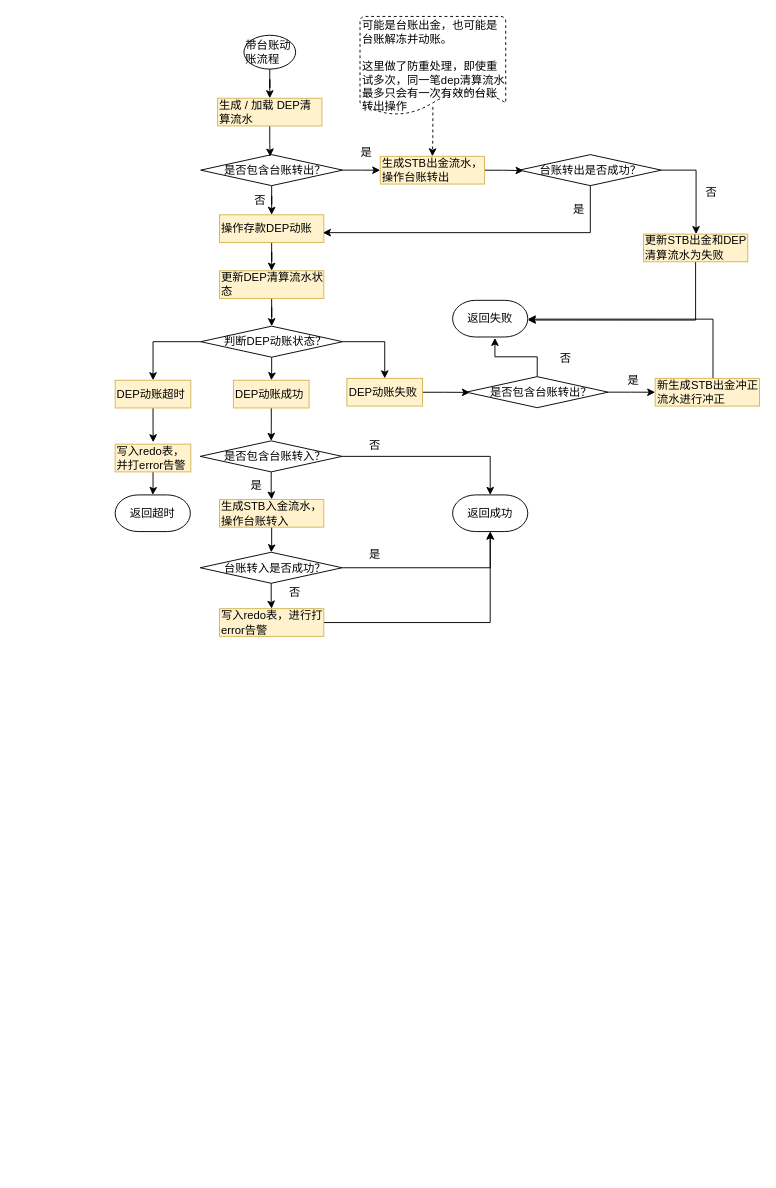
staconfree/design keeps this draw.io diagram as 新清算引擎台账处理流程.drawio. Above is the earlier version. Source tidied: cells renumbered, new cells numbered last; positions are measured from the earlier drawing's top-left corner, leaving out a move shared by most shapes. Both pictures are drawn from the tidied source at 94%, with x=0, y=0 at pixel (115, 16).
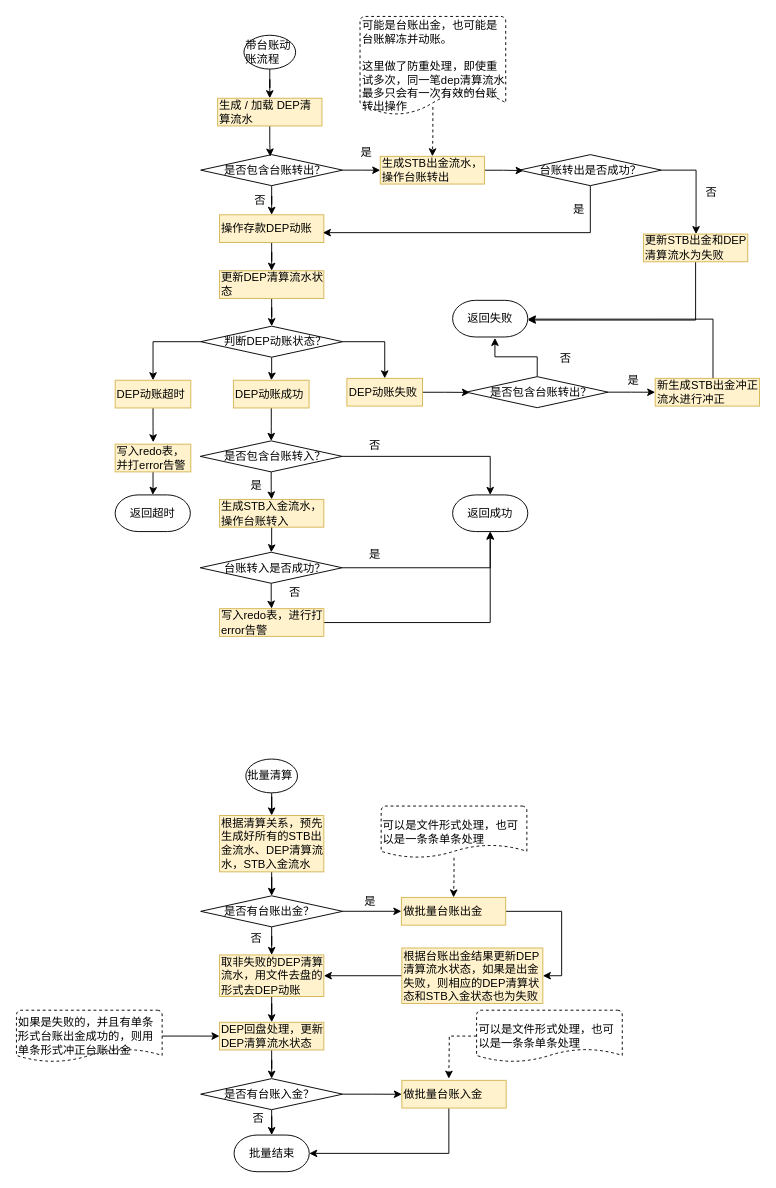
The same page after the edit.

Commit message (it also covers changes not shown here):
更新新清算引擎台账处理流程.drawio

Change to the diagram source:
```diff
@@
+    <mxCell id="62" style="edgeStyle=orthogonalEdgeStyle;rounded=0;jettySize=auto;html=1;entryX=0.5;entryY=0;entryDx=0;entryDy=0;" parent="1" edge="1" source="63" target="65">
+      <mxGeometry relative="1" as="geometry" />
+    </mxCell>
+    <mxCell id="63" value="批量清算" style="ellipse;whiteSpace=wrap;html=1;fillColor=#ffffff;fontColor=#000000;align=left;" parent="1" vertex="1">
+      <mxGeometry x="139" y="790" width="55" height="36" as="geometry" />
+    </mxCell>
+    <mxCell id="64" style="edgeStyle=orthogonalEdgeStyle;rounded=0;jettySize=auto;html=1;entryX=0.5;entryY=0;entryDx=0;entryDy=0;" parent="1" edge="1" source="65" target="70">
+      <mxGeometry relative="1" as="geometry" />
+    </mxCell>
+    <mxCell id="65" value="根据清算关系，预先生成好所有的STB出金流水、DEP清算流水，STB入金流水" style="rounded=0;whiteSpace=wrap;html=1;fillColor=#fff2cc;align=left;strokeColor=#d6b656;" parent="1" vertex="1">
+      <mxGeometry x="111" y="850" width="111" height="60" as="geometry" />
+    </mxCell>
+    <mxCell id="66" style="edgeStyle=orthogonalEdgeStyle;rounded=0;jettySize=auto;html=1;entryX=1;entryY=0.5;entryDx=0;entryDy=0;" parent="1" edge="1" source="67" target="78">
+      <mxGeometry relative="1" as="geometry">
+        <Array as="points">
+          <mxPoint x="475" y="952" />
+          <mxPoint x="475" y="1021" />
+        </Array>
+      </mxGeometry>
+    </mxCell>
+    <mxCell id="67" value="做批量台账出金" style="rounded=0;whiteSpace=wrap;html=1;fillColor=#fff2cc;align=left;strokeColor=#d6b656;" parent="1" vertex="1">
+      <mxGeometry x="304.5" y="937.2" width="111" height="29.5" as="geometry" />
+    </mxCell>
+    <mxCell id="68" style="edgeStyle=orthogonalEdgeStyle;rounded=0;jettySize=auto;html=1;entryX=0;entryY=0.5;entryDx=0;entryDy=0;" parent="1" edge="1" source="70" target="67">
+      <mxGeometry relative="1" as="geometry" />
+    </mxCell>
+    <mxCell id="69" style="edgeStyle=orthogonalEdgeStyle;rounded=0;jettySize=auto;html=1;" parent="1" edge="1" source="70" target="72">
+      <mxGeometry relative="1" as="geometry" />
+    </mxCell>
+    <mxCell id="70" value="&amp;nbsp;&amp;nbsp;&amp;nbsp;&amp;nbsp;&amp;nbsp;&amp;nbsp; 是否有台账出金？" style="rhombus;whiteSpace=wrap;html=1;fillColor=#ffffff;fontColor=#000000;align=left;" parent="1" vertex="1">
+      <mxGeometry x="91" y="935.5" width="151" height="33" as="geometry" />
+    </mxCell>
+    <mxCell id="71" style="edgeStyle=orthogonalEdgeStyle;rounded=0;jettySize=auto;html=1;entryX=0.5;entryY=0;entryDx=0;entryDy=0;" parent="1" edge="1" source="72" target="80">
+      <mxGeometry relative="1" as="geometry" />
+    </mxCell>
+    <mxCell id="72" value="取非失败的DEP清算流水，用文件去盘的形式去DEP动账" style="rounded=0;whiteSpace=wrap;html=1;fillColor=#fff2cc;align=left;strokeColor=#d6b656;" parent="1" vertex="1">
+      <mxGeometry x="111" y="998.4" width="111" height="44.2" as="geometry" />
+    </mxCell>
+    <mxCell id="73" value="是" style="text;html=1;align=center;verticalAlign=middle;" parent="1" vertex="1">
+      <mxGeometry x="256" y="932" width="30" height="20" as="geometry" />
+    </mxCell>
+    <mxCell id="74" value="否" style="text;html=1;align=center;verticalAlign=middle;" parent="1" vertex="1">
+      <mxGeometry x="135" y="971" width="30" height="20" as="geometry" />
+    </mxCell>
+    <mxCell id="75" style="edgeStyle=orthogonalEdgeStyle;rounded=0;jettySize=auto;html=1;entryX=0.5;entryY=0;entryDx=0;entryDy=0;dashed=1;" parent="1" edge="1" source="76" target="67">
+      <mxGeometry relative="1" as="geometry" />
+    </mxCell>
+    <mxCell id="76" value="可以是文件形式处理，也可以是一条条单条处理" style="strokeWidth=1;html=1;shape=mxgraph.flowchart.document2;whiteSpace=wrap;size=0.25;dashed=1;align=left;" parent="1" vertex="1">
+      <mxGeometry x="283" y="840" width="155" height="55" as="geometry" />
+    </mxCell>
+    <mxCell id="77" style="edgeStyle=orthogonalEdgeStyle;rounded=0;jettySize=auto;html=1;entryX=1;entryY=0.5;entryDx=0;entryDy=0;" parent="1" edge="1" source="78" target="72">
+      <mxGeometry relative="1" as="geometry" />
+    </mxCell>
+    <mxCell id="78" value="根据台账出金结果更新DEP清算流水状态，如果是出金失败，则相应的DEP清算状态和STB入金状态也为失败" style="rounded=0;whiteSpace=wrap;html=1;fillColor=#fff2cc;align=left;strokeColor=#d6b656;" parent="1" vertex="1">
+      <mxGeometry x="305" y="991" width="150" height="59" as="geometry" />
+    </mxCell>
+    <mxCell id="79" style="edgeStyle=orthogonalEdgeStyle;rounded=0;jettySize=auto;html=1;entryX=0.5;entryY=0;entryDx=0;entryDy=0;" parent="1" edge="1" source="80" target="85">
+      <mxGeometry relative="1" as="geometry" />
+    </mxCell>
+    <mxCell id="80" value="DEP回盘处理，更新DEP清算流水状态" style="rounded=0;whiteSpace=wrap;html=1;fillColor=#fff2cc;align=left;strokeColor=#d6b656;" parent="1" vertex="1">
+      <mxGeometry x="111" y="1070" width="111" height="29.5" as="geometry" />
+    </mxCell>
+    <mxCell id="81" style="edgeStyle=orthogonalEdgeStyle;rounded=0;jettySize=auto;html=1;entryX=0;entryY=0.5;entryDx=0;entryDy=0;" parent="1" edge="1" source="82" target="80">
+      <mxGeometry relative="1" as="geometry" />
+    </mxCell>
+    <mxCell id="82" value="如果是失败的，并且有单条形式台账出金成功的，则用单条形式冲正台账出金" style="strokeWidth=1;html=1;shape=mxgraph.flowchart.document2;whiteSpace=wrap;size=0.25;dashed=1;align=left;" parent="1" vertex="1">
+      <mxGeometry x="-105" y="1057.2" width="155" height="55" as="geometry" />
+    </mxCell>
+    <mxCell id="83" style="edgeStyle=orthogonalEdgeStyle;rounded=0;jettySize=auto;html=1;" parent="1" edge="1" source="85" target="86">
+      <mxGeometry relative="1" as="geometry" />
+    </mxCell>
+    <mxCell id="84" style="edgeStyle=orthogonalEdgeStyle;rounded=0;jettySize=auto;html=1;" parent="1" edge="1" source="85" target="89">
+      <mxGeometry relative="1" as="geometry" />
+    </mxCell>
+    <mxCell id="85" value="&amp;nbsp;&amp;nbsp;&amp;nbsp;&amp;nbsp;&amp;nbsp;&amp;nbsp; 是否有台账入金？" style="rhombus;whiteSpace=wrap;html=1;fillColor=#ffffff;fontColor=#000000;align=left;" parent="1" vertex="1">
+      <mxGeometry x="91" y="1130" width="151" height="33" as="geometry" />
+    </mxCell>
+    <mxCell id="86" value="批量结束" style="strokeWidth=1;html=1;shape=mxgraph.flowchart.terminator;whiteSpace=wrap;" parent="1" vertex="1">
+      <mxGeometry x="126.5" y="1190" width="80" height="39" as="geometry" />
+    </mxCell>
+    <mxCell id="87" value="否" style="text;html=1;align=center;verticalAlign=middle;" parent="1" vertex="1">
+      <mxGeometry x="137" y="1163" width="30" height="20" as="geometry" />
+    </mxCell>
+    <mxCell id="88" style="edgeStyle=orthogonalEdgeStyle;rounded=0;jettySize=auto;html=1;entryX=1;entryY=0.5;entryDx=0;entryDy=0;entryPerimeter=0;" parent="1" edge="1" source="89" target="86">
+      <mxGeometry relative="1" as="geometry">
+        <Array as="points">
+          <mxPoint x="355" y="1210" />
+        </Array>
+      </mxGeometry>
+    </mxCell>
+    <mxCell id="89" value="做批量台账入金" style="rounded=0;whiteSpace=wrap;html=1;fillColor=#fff2cc;align=left;strokeColor=#d6b656;" parent="1" vertex="1">
+      <mxGeometry x="305" y="1131.8" width="111" height="29.5" as="geometry" />
+    </mxCell>
+    <mxCell id="90" style="edgeStyle=orthogonalEdgeStyle;rounded=0;jettySize=auto;html=1;dashed=1;" parent="1" edge="1" source="91">
+      <mxGeometry relative="1" as="geometry">
+        <mxPoint x="355" y="1130" as="targetPoint" />
+      </mxGeometry>
+    </mxCell>
+    <mxCell id="91" value="可以是文件形式处理，也可以是一条条单条处理" style="strokeWidth=1;html=1;shape=mxgraph.flowchart.document2;whiteSpace=wrap;size=0.25;dashed=1;align=left;" parent="1" vertex="1">
+      <mxGeometry x="384.5" y="1057.2" width="155" height="55" as="geometry" />
+    </mxCell>
```
